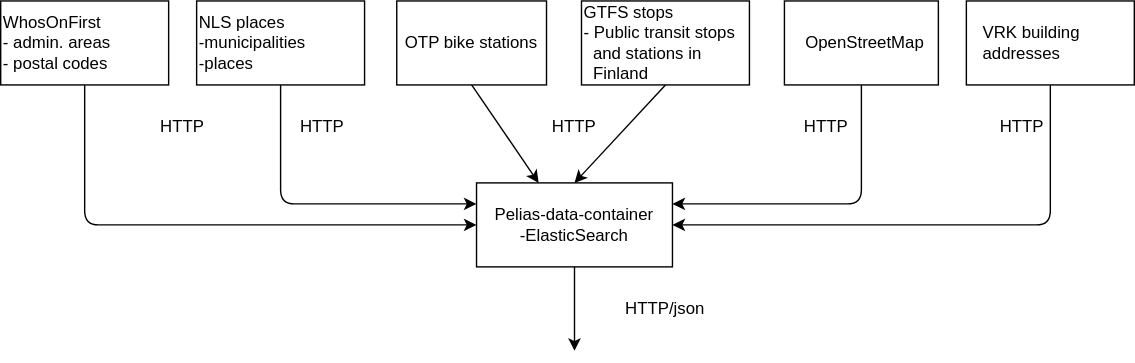
HSLdevcom/digitransit-site keeps this draw.io diagram as src/pages/en/developers/services/6-data-containers/geocoding-data/architecture.svg. Above is the earlier version. Source tidied: cells renumbered, new cells last; positions are measured from the earlier drawing's top-left corner, leaving out a move shared by most shapes. Source of this version:
```xml
<mxGraphModel background="#ffffff">
  <root>
    <mxCell id="0" />
    <mxCell id="1" parent="0" />
    <mxCell id="2" value="Pelias-data-container&lt;div&gt;-E&lt;span style=&quot;line-height: 1.2&quot;&gt;lasticSearch&lt;/span&gt;&lt;/div&gt;" style="whiteSpace=wrap;html=1;rounded=0;shadow=0;glass=0;strokeColor=#000000;fillColor=#FFFFFF;align=center;" parent="1" vertex="1">
      <mxGeometry x="340" y="130" width="140" height="60" as="geometry" />
    </mxCell>
    <mxCell id="3" value="WhosOnFirst&lt;div&gt;- admin. areas&lt;/div&gt;&lt;div&gt;- postal codes&lt;/div&gt;" style="whiteSpace=wrap;html=1;rounded=0;shadow=0;glass=0;strokeColor=#000000;fillColor=#FFFFFF;align=left;" parent="1" vertex="1">
      <mxGeometry width="120" height="60" as="geometry" />
    </mxCell>
    <mxCell id="4" value="NLS places&lt;br&gt;-municipalities&lt;div&gt;-places&lt;/div&gt;" style="whiteSpace=wrap;html=1;rounded=0;shadow=0;glass=0;strokeColor=#000000;fillColor=#FFFFFF;align=left;" parent="1" vertex="1">
      <mxGeometry x="140" width="120" height="60" as="geometry" />
    </mxCell>
    <mxCell id="5" value="GTFS stops&lt;div&gt;- Public transit stops&amp;nbsp;&lt;/div&gt;&lt;div&gt;&amp;nbsp; and stations in&lt;/div&gt;&lt;div&gt;&amp;nbsp; Finland&lt;/div&gt;" style="whiteSpace=wrap;html=1;rounded=0;shadow=0;glass=0;strokeColor=#000000;fillColor=#FFFFFF;align=left;" parent="1" vertex="1">
      <mxGeometry x="415" width="120" height="60" as="geometry" />
    </mxCell>
    <mxCell id="6" value="&amp;nbsp; &amp;nbsp; OpenStreetMap" style="whiteSpace=wrap;html=1;rounded=0;shadow=0;glass=0;strokeColor=#000000;fillColor=#FFFFFF;align=left;" parent="1" vertex="1">
      <mxGeometry x="560" width="110" height="60" as="geometry" />
    </mxCell>
    <mxCell id="7" value="&lt;span&gt;&amp;nbsp; &amp;nbsp;VRK building&amp;nbsp;&lt;/span&gt;&lt;br&gt;&lt;div&gt;&amp;nbsp; &amp;nbsp;addresses&lt;/div&gt;" style="whiteSpace=wrap;html=1;rounded=0;shadow=0;glass=0;strokeColor=#000000;fillColor=#FFFFFF;align=left;" parent="1" vertex="1">
      <mxGeometry x="690" width="120" height="60" as="geometry" />
    </mxCell>
    <mxCell id="8" style="endArrow=classic;html=1;exitX=0.5;exitY=1;entryX=0.5;entryY=0;" parent="1" edge="1" source="5" target="2">
      <mxGeometry relative="1" as="geometry" />
    </mxCell>
    <mxCell id="9" style="endArrow=classic;html=1;exitX=0.5;exitY=1;entryX=0;entryY=0.5;" parent="1" edge="1" source="3" target="2">
      <mxGeometry relative="1" as="geometry">
        <Array as="points">
          <mxPoint x="60" y="160" />
        </Array>
      </mxGeometry>
    </mxCell>
    <mxCell id="10" style="endArrow=classic;html=1;exitX=0.5;exitY=1;entryX=1;entryY=0.5;" parent="1" edge="1" source="7" target="2">
      <mxGeometry relative="1" as="geometry">
        <Array as="points">
          <mxPoint x="750" y="160" />
        </Array>
      </mxGeometry>
    </mxCell>
    <mxCell id="11" style="endArrow=classic;html=1;exitX=0.5;exitY=1;entryX=0;entryY=0.25;" parent="1" edge="1" source="4" target="2">
      <mxGeometry relative="1" as="geometry">
        <Array as="points">
          <mxPoint x="200" y="145" />
        </Array>
      </mxGeometry>
    </mxCell>
    <mxCell id="12" style="endArrow=classic;html=1;exitX=0.5;exitY=1;entryX=1;entryY=0.25;" parent="1" edge="1" source="6" target="2">
      <mxGeometry relative="1" as="geometry">
        <Array as="points">
          <mxPoint x="615" y="145" />
        </Array>
      </mxGeometry>
    </mxCell>
    <mxCell id="13" style="endArrow=classic;html=1;exitX=0.5;exitY=1;" parent="1" edge="1" source="2">
      <mxGeometry relative="1" as="geometry">
        <mxPoint x="410" y="250" as="targetPoint" />
      </mxGeometry>
    </mxCell>
    <mxCell id="14" value="HTTP" style="text;html=1;strokeColor=none;fillColor=none;align=center;verticalAlign=middle;whiteSpace=wrap;overflow=hidden;rounded=0;shadow=0;glass=0;" parent="1" vertex="1">
      <mxGeometry x="110" y="80" width="40" height="20" as="geometry" />
    </mxCell>
    <mxCell id="15" value="HTTP" style="text;html=1;strokeColor=none;fillColor=none;align=center;verticalAlign=middle;whiteSpace=wrap;overflow=hidden;rounded=0;shadow=0;glass=0;" parent="1" vertex="1">
      <mxGeometry x="210" y="80" width="40" height="20" as="geometry" />
    </mxCell>
    <mxCell id="16" value="HTTP" style="text;html=1;strokeColor=none;fillColor=none;align=center;verticalAlign=middle;whiteSpace=wrap;overflow=hidden;rounded=0;shadow=0;glass=0;" parent="1" vertex="1">
      <mxGeometry x="390" y="80" width="40" height="20" as="geometry" />
    </mxCell>
    <mxCell id="17" value="HTTP" style="text;html=1;strokeColor=none;fillColor=none;align=center;verticalAlign=middle;whiteSpace=wrap;overflow=hidden;rounded=0;shadow=0;glass=0;" parent="1" vertex="1">
      <mxGeometry x="570" y="80" width="40" height="20" as="geometry" />
    </mxCell>
    <mxCell id="18" value="HTTP" style="text;html=1;strokeColor=none;fillColor=none;align=center;verticalAlign=middle;whiteSpace=wrap;overflow=hidden;rounded=0;shadow=0;glass=0;" parent="1" vertex="1">
      <mxGeometry x="710" y="80" width="40" height="20" as="geometry" />
    </mxCell>
    <mxCell id="19" value="HTTP/json" style="text;html=1;strokeColor=none;fillColor=none;align=center;verticalAlign=middle;whiteSpace=wrap;overflow=hidden;rounded=0;shadow=0;glass=0;" parent="1" vertex="1">
      <mxGeometry x="440" y="210" width="70" height="20" as="geometry" />
    </mxCell>
    <mxCell id="20" style="rounded=0;jettySize=auto;html=1;entryX=0.317;entryY=0;entryDx=0;entryDy=0;entryPerimeter=0;exitX=0.5;exitY=1;exitDx=0;exitDy=0;" parent="1" edge="1" source="21" target="2">
      <mxGeometry relative="1" as="geometry" />
    </mxCell>
    <mxCell id="21" value="OTP bike stations" style="whiteSpace=wrap;html=1;rounded=0;shadow=0;glass=0;strokeColor=#000000;fillColor=#FFFFFF;align=center;" parent="1" vertex="1">
      <mxGeometry x="283" width="107" height="60" as="geometry" />
    </mxCell>
  </root>
</mxGraphModel>
```
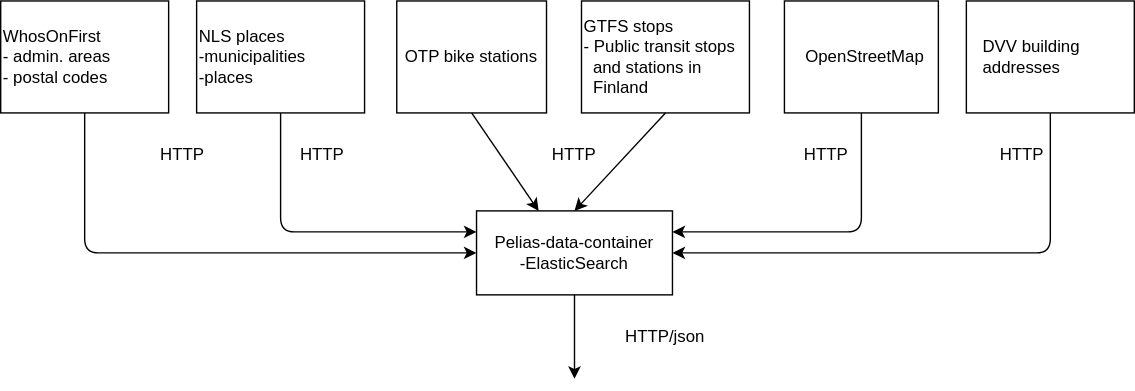
The same diagram one commit later.

The edit, as a diff of the source:
```diff
@@ -6,19 +6,19 @@
       <mxGeometry x="340" y="130" width="140" height="60" as="geometry" />
     </mxCell>
     <mxCell id="3" value="WhosOnFirst&lt;div&gt;- admin. areas&lt;/div&gt;&lt;div&gt;- postal codes&lt;/div&gt;" style="whiteSpace=wrap;html=1;rounded=0;shadow=0;glass=0;strokeColor=#000000;fillColor=#FFFFFF;align=left;" parent="1" vertex="1">
-      <mxGeometry width="120" height="60" as="geometry" />
+      <mxGeometry y="-20" width="120" height="80" as="geometry" />
     </mxCell>
     <mxCell id="4" value="NLS places&lt;br&gt;-municipalities&lt;div&gt;-places&lt;/div&gt;" style="whiteSpace=wrap;html=1;rounded=0;shadow=0;glass=0;strokeColor=#000000;fillColor=#FFFFFF;align=left;" parent="1" vertex="1">
-      <mxGeometry x="140" width="120" height="60" as="geometry" />
+      <mxGeometry x="140" y="-20" width="120" height="80" as="geometry" />
     </mxCell>
     <mxCell id="5" value="GTFS stops&lt;div&gt;- Public transit stops&amp;nbsp;&lt;/div&gt;&lt;div&gt;&amp;nbsp; and stations in&lt;/div&gt;&lt;div&gt;&amp;nbsp; Finland&lt;/div&gt;" style="whiteSpace=wrap;html=1;rounded=0;shadow=0;glass=0;strokeColor=#000000;fillColor=#FFFFFF;align=left;" parent="1" vertex="1">
-      <mxGeometry x="415" width="120" height="60" as="geometry" />
+      <mxGeometry x="415" y="-20" width="120" height="80" as="geometry" />
     </mxCell>
     <mxCell id="6" value="&amp;nbsp; &amp;nbsp; OpenStreetMap" style="whiteSpace=wrap;html=1;rounded=0;shadow=0;glass=0;strokeColor=#000000;fillColor=#FFFFFF;align=left;" parent="1" vertex="1">
-      <mxGeometry x="560" width="110" height="60" as="geometry" />
+      <mxGeometry x="560" y="-20" width="110" height="80" as="geometry" />
     </mxCell>
-    <mxCell id="7" value="&lt;span&gt;&amp;nbsp; &amp;nbsp;VRK building&amp;nbsp;&lt;/span&gt;&lt;br&gt;&lt;div&gt;&amp;nbsp; &amp;nbsp;addresses&lt;/div&gt;" style="whiteSpace=wrap;html=1;rounded=0;shadow=0;glass=0;strokeColor=#000000;fillColor=#FFFFFF;align=left;" parent="1" vertex="1">
-      <mxGeometry x="690" width="120" height="60" as="geometry" />
+    <mxCell id="7" value="&lt;span&gt;&amp;nbsp;&amp;nbsp; DVV building&amp;nbsp;&lt;/span&gt;&lt;br&gt;&lt;div&gt;&amp;nbsp; &amp;nbsp;addresses&lt;/div&gt;" style="whiteSpace=wrap;html=1;rounded=0;shadow=0;glass=0;strokeColor=#000000;fillColor=#FFFFFF;align=left;" parent="1" vertex="1">
+      <mxGeometry x="690" y="-20" width="120" height="80" as="geometry" />
     </mxCell>
     <mxCell id="8" style="endArrow=classic;html=1;exitX=0.5;exitY=1;entryX=0.5;entryY=0;" parent="1" edge="1" source="5" target="2">
       <mxGeometry relative="1" as="geometry" />
@@ -78,7 +78,7 @@
       <mxGeometry relative="1" as="geometry" />
     </mxCell>
     <mxCell id="21" value="OTP bike stations" style="whiteSpace=wrap;html=1;rounded=0;shadow=0;glass=0;strokeColor=#000000;fillColor=#FFFFFF;align=center;" parent="1" vertex="1">
-      <mxGeometry x="283" width="107" height="60" as="geometry" />
+      <mxGeometry x="283" y="-20" width="107" height="80" as="geometry" />
     </mxCell>
   </root>
 </mxGraphModel>
```
